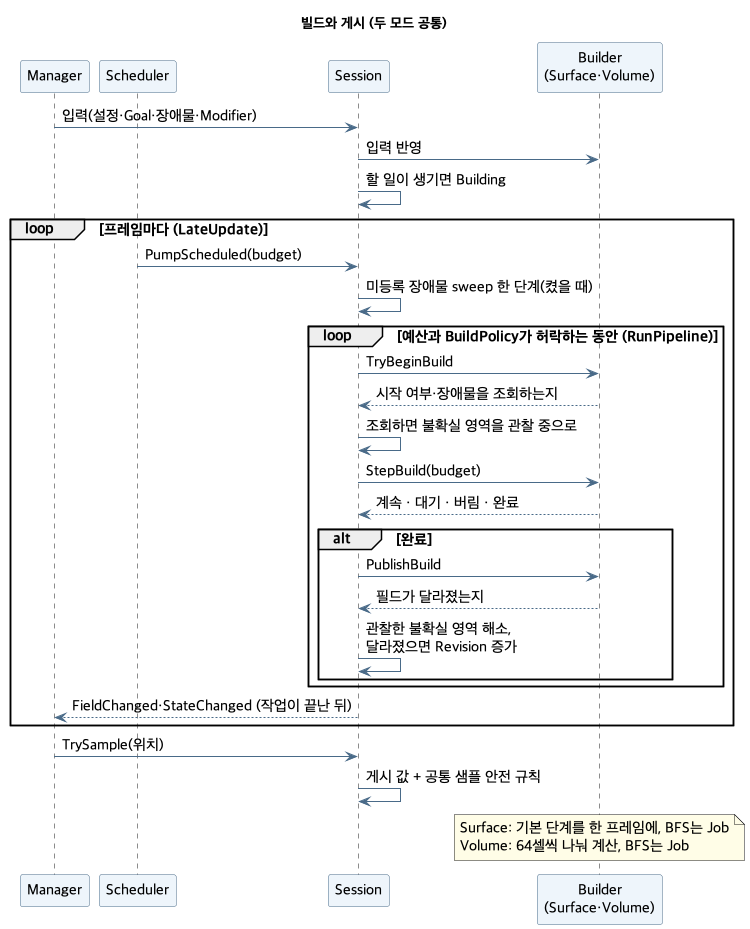
youwonsock/tool-unity-editor keeps this PlantUML diagram as ToyProject/Assets/_FlowField/Docs/Images/flowfield-pipeline.png. Above is the earlier version.
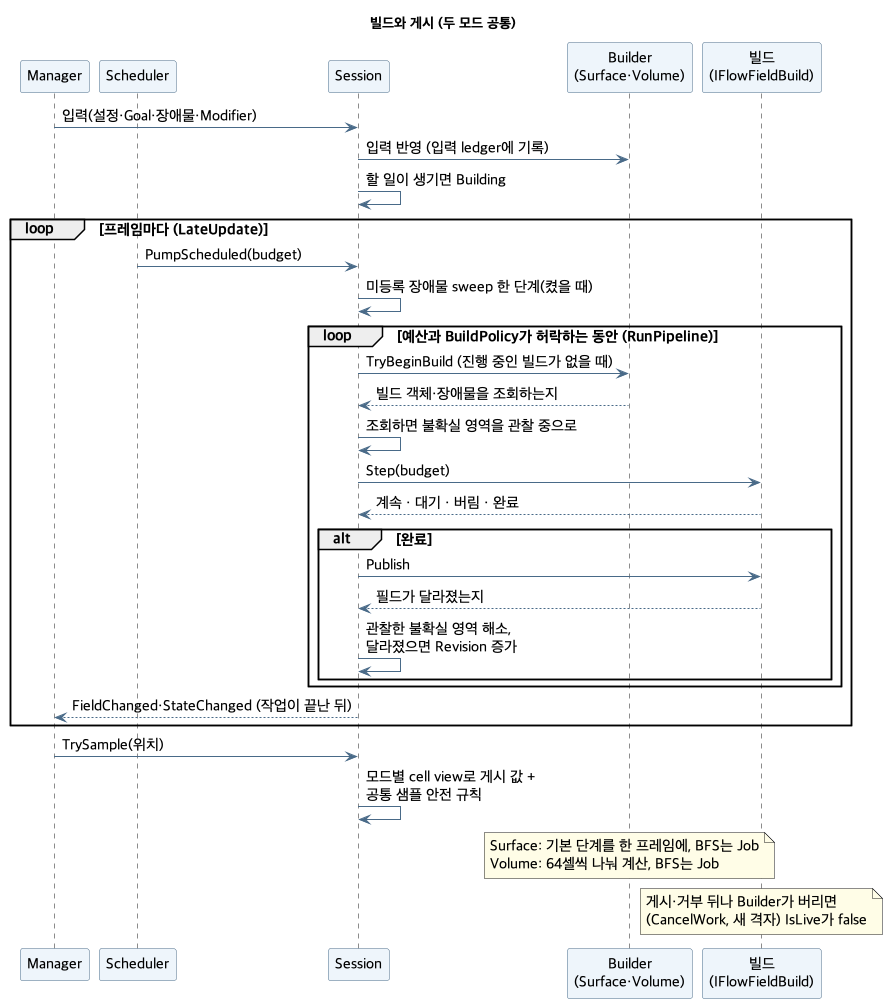
The same file after the commit.

Commit message:
문서: 빌드 host, 빌드 객체, ledger와 store, cell view

Change to the diagram source:
```diff
@@ -12,31 +12,36 @@
 participant "Scheduler" as Q
 participant "Session" as S
 participant "Builder\n(Surface·Volume)" as B
+participant "빌드\n(IFlowFieldBuild)" as D
 
 M -> S : 입력(설정·Goal·장애물·Modifier)
-S -> B : 입력 반영
+S -> B : 입력 반영 (입력 ledger에 기록)
 S -> S : 할 일이 생기면 Building
 loop 프레임마다 (LateUpdate)
   Q -> S : PumpScheduled(budget)
   S -> S : 미등록 장애물 sweep 한 단계(켰을 때)
   loop 예산과 BuildPolicy가 허락하는 동안 (RunPipeline)
-    S -> B : TryBeginBuild
-    B --> S : 시작 여부·장애물을 조회하는지
+    S -> B : TryBeginBuild (진행 중인 빌드가 없을 때)
+    B --> S : 빌드 객체·장애물을 조회하는지
     S -> S : 조회하면 불확실 영역을 관찰 중으로
-    S -> B : StepBuild(budget)
-    B --> S : 계속 · 대기 · 버림 · 완료
+    S -> D : Step(budget)
+    D --> S : 계속 · 대기 · 버림 · 완료
     alt 완료
-      S -> B : PublishBuild
-      B --> S : 필드가 달라졌는지
+      S -> D : Publish
+      D --> S : 필드가 달라졌는지
       S -> S : 관찰한 불확실 영역 해소,\n달라졌으면 Revision 증가
     end
   end
   S --> M : FieldChanged·StateChanged (작업이 끝난 뒤)
 end
 M -> S : TrySample(위치)
-S -> S : 게시 값 + 공통 샘플 안전 규칙
+S -> S : 모드별 cell view로 게시 값 +\n공통 샘플 안전 규칙
 note over B
   Surface: 기본 단계를 한 프레임에, BFS는 Job
   Volume: 64셀씩 나눠 계산, BFS는 Job
 end note
+note over D
+  게시·거부 뒤나 Builder가 버리면
+  (CancelWork, 새 격자) IsLive가 false
+end note
 @enduml
```
